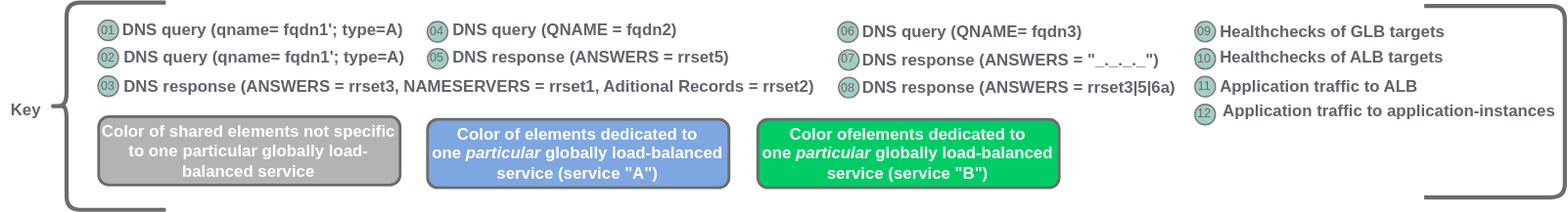
Before: pages/1/1 (dglb)/dglb-functional-key.drawio.svg, a diagram exported from draw.io (menckend/alpha). Source tidied: cells renumbered, new cells last; positions are measured from the earlier drawing's top-left corner, leaving out a move shared by most shapes.
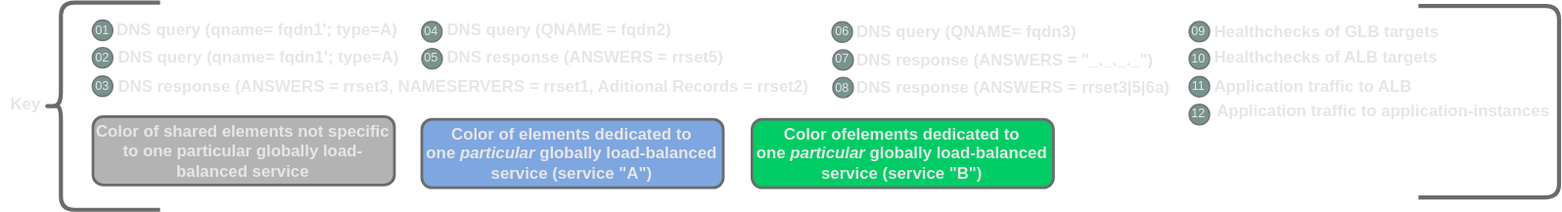
The same file after the commit.

Diff of the diagram source:
```diff
@@ -2,94 +2,94 @@
   <root>
     <mxCell id="0" />
     <mxCell id="1" parent="0" />
-    <mxCell id="2" style="shape=curlyBracket;whiteSpace=wrap;html=1;rounded=1;labelPosition=left;verticalLabelPosition=middle;align=right;verticalAlign=middle;rotation=-180;strokeColor=#6B6B6B;strokeWidth=3;size=0.14159880339039357;direction=west;labelBackgroundColor=none;fontColor=#5F636A;" parent="1" vertex="1">
+    <mxCell id="2" style="shape=curlyBracket;whiteSpace=wrap;html=1;rounded=1;labelPosition=left;verticalLabelPosition=middle;align=right;verticalAlign=middle;rotation=-180;strokeColor=#6B6B6B;strokeWidth=3;size=0.14159880339039357;direction=west;labelBackgroundColor=none;fontColor=#E6E6E6;" parent="1" vertex="1">
       <mxGeometry x="36" y="0.3" width="84.3" height="151.6" as="geometry" />
     </mxCell>
-    <mxCell id="3" value="&lt;b&gt;Key&lt;/b&gt;" style="text;html=1;fillColor=none;align=center;verticalAlign=middle;whiteSpace=wrap;rounded=0;fontSize=12;labelBackgroundColor=none;fontColor=#5F636A;" parent="1" vertex="1">
-      <mxGeometry x="0.3" y="70.1" width="36.7" height="18.4" as="geometry" />
+    <mxCell id="3" value="&lt;b&gt;Key&lt;/b&gt;" style="text;html=1;fillColor=none;align=center;verticalAlign=middle;whiteSpace=wrap;rounded=0;fontSize=12;labelBackgroundColor=none;fontColor=#E6E6E6;" parent="1" vertex="1">
+      <mxGeometry x="4.3" y="66.1" width="36.7" height="18.4" as="geometry" />
     </mxCell>
-    <mxCell id="4" value="01" style="ellipse;whiteSpace=wrap;html=1;fontSize=9;fontColor=#6B6B6B;strokeColor=#6B6B6B;fillColor=#9AC7BF;opacity=90;" parent="1" vertex="1">
+    <mxCell id="4" value="01" style="ellipse;whiteSpace=wrap;html=1;fontSize=9;fontColor=#E6E6E6;strokeColor=#6B6B6B;fillColor=#698782;opacity=90;" parent="1" vertex="1">
       <mxGeometry x="70.9" y="13.2" width="15" height="15" as="geometry" />
     </mxCell>
-    <mxCell id="5" value="&lt;b style=&quot;border-color: var(--border-color);&quot;&gt;DNS query (qname= fqdn1'; type=A)&lt;/b&gt;&lt;b&gt;&lt;br&gt;&lt;/b&gt;" style="text;html=1;fillColor=none;align=left;verticalAlign=middle;whiteSpace=wrap;rounded=0;fontSize=12;labelBackgroundColor=none;fontColor=#5F636A;" parent="1" vertex="1">
+    <mxCell id="5" value="&lt;b style=&quot;border-color: var(--border-color);&quot;&gt;DNS query (qname= fqdn1'; type=A)&lt;/b&gt;&lt;b&gt;&lt;br&gt;&lt;/b&gt;" style="text;html=1;fillColor=none;align=left;verticalAlign=middle;whiteSpace=wrap;rounded=0;fontSize=12;labelBackgroundColor=none;fontColor=#E6E6E6;" parent="1" vertex="1">
       <mxGeometry x="86.9" y="11.8" width="224.1" height="18.4" as="geometry" />
     </mxCell>
-    <mxCell id="6" value="02" style="ellipse;whiteSpace=wrap;html=1;fontSize=9;fontColor=#6B6B6B;strokeColor=#6B6B6B;fillColor=#9AC7BF;opacity=90;" parent="1" vertex="1">
+    <mxCell id="6" value="02" style="ellipse;whiteSpace=wrap;html=1;fontSize=9;fontColor=#E6E6E6;strokeColor=#6B6B6B;fillColor=#698782;opacity=90;" parent="1" vertex="1">
       <mxGeometry x="70.9" y="33.3" width="15" height="15" as="geometry" />
     </mxCell>
-    <mxCell id="7" value="&lt;b style=&quot;border-color: var(--border-color);&quot;&gt;DNS query (qname= fqdn1'; type=A)&lt;/b&gt;&lt;b&gt;&lt;br&gt;&lt;/b&gt;" style="text;html=1;fillColor=none;align=left;verticalAlign=middle;whiteSpace=wrap;rounded=0;fontSize=12;labelBackgroundColor=none;fontColor=#5F636A;" parent="1" vertex="1">
+    <mxCell id="7" value="&lt;b style=&quot;border-color: var(--border-color);&quot;&gt;DNS query (qname= fqdn1'; type=A)&lt;/b&gt;&lt;b&gt;&lt;br&gt;&lt;/b&gt;" style="text;html=1;fillColor=none;align=left;verticalAlign=middle;whiteSpace=wrap;rounded=0;fontSize=12;labelBackgroundColor=none;fontColor=#E6E6E6;" parent="1" vertex="1">
       <mxGeometry x="87.9" y="28.9" width="234.1" height="23.9" as="geometry" />
     </mxCell>
-    <mxCell id="8" value="03" style="ellipse;whiteSpace=wrap;html=1;fontSize=9;fontColor=#6B6B6B;strokeColor=#6B6B6B;fillColor=#9AC7BF;opacity=90;" parent="1" vertex="1">
+    <mxCell id="8" value="03" style="ellipse;whiteSpace=wrap;html=1;fontSize=9;fontColor=#E6E6E6;strokeColor=#6B6B6B;fillColor=#698782;opacity=90;" parent="1" vertex="1">
       <mxGeometry x="70.9" y="54" width="15" height="15" as="geometry" />
     </mxCell>
-    <mxCell id="9" value="&lt;b style=&quot;border-color: var(--border-color);&quot;&gt;DNS response (ANSWERS = rrset3, NAMESERVERS =&amp;nbsp;rrset1, Aditional Records = rrset2)&lt;/b&gt;&lt;b&gt;&lt;br&gt;&lt;/b&gt;" style="text;html=1;fillColor=none;align=left;verticalAlign=middle;whiteSpace=wrap;rounded=0;fontSize=12;labelBackgroundColor=none;fontColor=#5F636A;" parent="1" vertex="1">
+    <mxCell id="9" value="&lt;b style=&quot;border-color: var(--border-color);&quot;&gt;DNS response (ANSWERS = rrset3, NAMESERVERS =&amp;nbsp;rrset1, Aditional Records = rrset2)&lt;/b&gt;&lt;b&gt;&lt;br&gt;&lt;/b&gt;" style="text;html=1;fillColor=none;align=left;verticalAlign=middle;whiteSpace=wrap;rounded=0;fontSize=12;labelBackgroundColor=none;fontColor=#E6E6E6;" parent="1" vertex="1">
       <mxGeometry x="87.9" y="51.6" width="572.1" height="21.4" as="geometry" />
     </mxCell>
-    <mxCell id="10" value="04" style="ellipse;whiteSpace=wrap;html=1;fontSize=9;fontColor=#6B6B6B;strokeColor=#6B6B6B;fillColor=#9AC7BF;opacity=90;" parent="1" vertex="1">
+    <mxCell id="10" value="04" style="ellipse;whiteSpace=wrap;html=1;fontSize=9;fontColor=#E6E6E6;strokeColor=#6B6B6B;fillColor=#698782;opacity=90;" parent="1" vertex="1">
       <mxGeometry x="311.2" y="14.2" width="15" height="15" as="geometry" />
     </mxCell>
-    <mxCell id="11" value="&lt;b style=&quot;border-color: var(--border-color);&quot;&gt;DNS query (QNAME = fqdn2)&lt;/b&gt;&lt;b&gt;&lt;br&gt;&lt;/b&gt;" style="text;html=1;fillColor=none;align=left;verticalAlign=middle;whiteSpace=wrap;rounded=0;fontSize=12;labelBackgroundColor=none;fontColor=#5F636A;" parent="1" vertex="1">
+    <mxCell id="11" value="&lt;b style=&quot;border-color: var(--border-color);&quot;&gt;DNS query (QNAME = fqdn2)&lt;/b&gt;&lt;b&gt;&lt;br&gt;&lt;/b&gt;" style="text;html=1;fillColor=none;align=left;verticalAlign=middle;whiteSpace=wrap;rounded=0;fontSize=12;labelBackgroundColor=none;fontColor=#E6E6E6;" parent="1" vertex="1">
       <mxGeometry x="328.2" y="11.6" width="182.8" height="18.4" as="geometry" />
     </mxCell>
-    <mxCell id="12" value="05" style="ellipse;whiteSpace=wrap;html=1;fontSize=9;fontColor=#6B6B6B;strokeColor=#6B6B6B;fillColor=#9AC7BF;opacity=90;" parent="1" vertex="1">
+    <mxCell id="12" value="05" style="ellipse;whiteSpace=wrap;html=1;fontSize=9;fontColor=#E6E6E6;strokeColor=#6B6B6B;fillColor=#698782;opacity=90;" parent="1" vertex="1">
       <mxGeometry x="311.4" y="33.9" width="15" height="15" as="geometry" />
     </mxCell>
-    <mxCell id="13" value="&lt;b style=&quot;border-color: var(--border-color);&quot;&gt;DNS response (ANSWERS = rrset5)&lt;/b&gt;&lt;b&gt;&lt;br&gt;&lt;/b&gt;" style="text;html=1;fillColor=none;align=left;verticalAlign=middle;whiteSpace=wrap;rounded=0;fontSize=12;labelBackgroundColor=none;fontColor=#5F636A;" parent="1" vertex="1">
+    <mxCell id="13" value="&lt;b style=&quot;border-color: var(--border-color);&quot;&gt;DNS response (ANSWERS = rrset5)&lt;/b&gt;&lt;b&gt;&lt;br&gt;&lt;/b&gt;" style="text;html=1;fillColor=none;align=left;verticalAlign=middle;whiteSpace=wrap;rounded=0;fontSize=12;labelBackgroundColor=none;fontColor=#E6E6E6;" parent="1" vertex="1">
       <mxGeometry x="328.4" y="31.6" width="282" height="18.4" as="geometry" />
     </mxCell>
-    <mxCell id="14" value="09" style="ellipse;whiteSpace=wrap;html=1;fontSize=9;fontColor=#6B6B6B;strokeColor=#6B6B6B;fillColor=#9AC7BF;opacity=90;" parent="1" vertex="1">
+    <mxCell id="14" value="09" style="ellipse;whiteSpace=wrap;html=1;fontSize=9;fontColor=#E6E6E6;strokeColor=#6B6B6B;fillColor=#698782;opacity=90;" parent="1" vertex="1">
       <mxGeometry x="871.3" y="14.1" width="15" height="15" as="geometry" />
     </mxCell>
-    <mxCell id="15" value="&lt;b style=&quot;border-color: var(--border-color);&quot;&gt;Healthchecks of GLB targets&lt;/b&gt;&lt;b&gt;&lt;br&gt;&lt;/b&gt;" style="text;html=1;fillColor=none;align=left;verticalAlign=middle;whiteSpace=wrap;rounded=0;fontSize=12;labelBackgroundColor=none;fontColor=#5F636A;" parent="1" vertex="1">
+    <mxCell id="15" value="&lt;b style=&quot;border-color: var(--border-color);&quot;&gt;Healthchecks of GLB targets&lt;/b&gt;&lt;b&gt;&lt;br&gt;&lt;/b&gt;" style="text;html=1;fillColor=none;align=left;verticalAlign=middle;whiteSpace=wrap;rounded=0;fontSize=12;labelBackgroundColor=none;fontColor=#E6E6E6;" parent="1" vertex="1">
       <mxGeometry x="887.8" y="12.4" width="167.2" height="18.4" as="geometry" />
     </mxCell>
-    <mxCell id="16" value="10" style="ellipse;whiteSpace=wrap;html=1;fontSize=9;fontColor=#6B6B6B;strokeColor=#6B6B6B;fillColor=#9AC7BF;opacity=90;" parent="1" vertex="1">
+    <mxCell id="16" value="10" style="ellipse;whiteSpace=wrap;html=1;fontSize=9;fontColor=#E6E6E6;strokeColor=#6B6B6B;fillColor=#698782;opacity=90;" parent="1" vertex="1">
       <mxGeometry x="871.3" y="34.1" width="15" height="15" as="geometry" />
     </mxCell>
-    <mxCell id="17" value="&lt;b style=&quot;border-color: var(--border-color);&quot;&gt;Healthchecks of ALB targets&lt;/b&gt;&lt;b&gt;&lt;br&gt;&lt;/b&gt;" style="text;html=1;fillColor=none;align=left;verticalAlign=middle;whiteSpace=wrap;rounded=0;fontSize=12;labelBackgroundColor=none;fontColor=#5F636A;" parent="1" vertex="1">
+    <mxCell id="17" value="&lt;b style=&quot;border-color: var(--border-color);&quot;&gt;Healthchecks of ALB targets&lt;/b&gt;&lt;b&gt;&lt;br&gt;&lt;/b&gt;" style="text;html=1;fillColor=none;align=left;verticalAlign=middle;whiteSpace=wrap;rounded=0;fontSize=12;labelBackgroundColor=none;fontColor=#E6E6E6;" parent="1" vertex="1">
       <mxGeometry x="888.3" y="32" width="184.2" height="18.4" as="geometry" />
     </mxCell>
-    <mxCell id="18" value="11" style="ellipse;whiteSpace=wrap;html=1;fontSize=9;fontColor=#6B6B6B;strokeColor=#6B6B6B;fillColor=#9AC7BF;opacity=90;" parent="1" vertex="1">
+    <mxCell id="18" value="11" style="ellipse;whiteSpace=wrap;html=1;fontSize=9;fontColor=#E6E6E6;strokeColor=#6B6B6B;fillColor=#698782;opacity=90;" parent="1" vertex="1">
       <mxGeometry x="871.3" y="54.4" width="15" height="15" as="geometry" />
     </mxCell>
-    <mxCell id="19" value="&lt;b style=&quot;border-color: var(--border-color);&quot;&gt;Application traffic to ALB&lt;/b&gt;&lt;b&gt;&lt;br&gt;&lt;/b&gt;" style="text;html=1;fillColor=none;align=left;verticalAlign=middle;whiteSpace=wrap;rounded=0;fontSize=12;labelBackgroundColor=none;fontColor=#5F636A;" parent="1" vertex="1">
+    <mxCell id="19" value="&lt;b style=&quot;border-color: var(--border-color);&quot;&gt;Application traffic to ALB&lt;/b&gt;&lt;b&gt;&lt;br&gt;&lt;/b&gt;" style="text;html=1;fillColor=none;align=left;verticalAlign=middle;whiteSpace=wrap;rounded=0;fontSize=12;labelBackgroundColor=none;fontColor=#E6E6E6;" parent="1" vertex="1">
       <mxGeometry x="888.3" y="52.4" width="167.2" height="18.4" as="geometry" />
     </mxCell>
-    <mxCell id="20" value="12" style="ellipse;whiteSpace=wrap;html=1;fontSize=9;fontColor=#6B6B6B;strokeColor=#6B6B6B;fillColor=#9AC7BF;opacity=90;" parent="1" vertex="1">
+    <mxCell id="20" value="12" style="ellipse;whiteSpace=wrap;html=1;fontSize=9;fontColor=#E6E6E6;strokeColor=#6B6B6B;fillColor=#698782;opacity=90;" parent="1" vertex="1">
       <mxGeometry x="871.3" y="74.7" width="15" height="15" as="geometry" />
     </mxCell>
-    <mxCell id="21" value="&lt;b style=&quot;border-color: var(--border-color);&quot;&gt;Application traffic to application-instances&lt;/b&gt;&lt;b&gt;&lt;br&gt;&lt;/b&gt;" style="text;html=1;fillColor=none;align=left;verticalAlign=middle;whiteSpace=wrap;rounded=0;fontSize=12;labelBackgroundColor=none;fontColor=#5F636A;" parent="1" vertex="1">
+    <mxCell id="21" value="&lt;b style=&quot;border-color: var(--border-color);&quot;&gt;Application traffic to application-instances&lt;/b&gt;&lt;b&gt;&lt;br&gt;&lt;/b&gt;" style="text;html=1;fillColor=none;align=left;verticalAlign=middle;whiteSpace=wrap;rounded=0;fontSize=12;labelBackgroundColor=none;fontColor=#E6E6E6;" parent="1" vertex="1">
       <mxGeometry x="890.3" y="70.8" width="246.5" height="18.4" as="geometry" />
     </mxCell>
-    <mxCell id="22" style="shape=curlyBracket;whiteSpace=wrap;html=1;rounded=1;labelPosition=left;verticalLabelPosition=middle;align=right;verticalAlign=middle;rotation=-180;strokeColor=#6B6B6B;strokeWidth=3;size=0;direction=east;labelBackgroundColor=#C7C7C7;fontColor=#5F636A;" parent="1" vertex="1">
+    <mxCell id="22" style="shape=curlyBracket;whiteSpace=wrap;html=1;rounded=1;labelPosition=left;verticalLabelPosition=middle;align=right;verticalAlign=middle;rotation=-180;strokeColor=#6B6B6B;strokeWidth=3;size=0;direction=east;labelBackgroundColor=#C7C7C7;fontColor=#E6E6E6;" parent="1" vertex="1">
       <mxGeometry x="1038.7" y="2.8" width="102.6" height="140" as="geometry" />
     </mxCell>
-    <mxCell id="23" value="Color of shared elements not specific &lt;br&gt;to one particular globally load-balanced service" style="rounded=1;whiteSpace=wrap;html=1;strokeColor=#6B6B6B;strokeWidth=2;fontColor=#FFFFFF;align=center;fillColor=#B3B3B3;labelBackgroundColor=none;fontStyle=1;" parent="1" vertex="1">
+    <mxCell id="23" value="Color of shared elements not specific &lt;br&gt;to one particular globally load-balanced service" style="rounded=1;whiteSpace=wrap;html=1;strokeColor=#6B6B6B;strokeWidth=2;fontColor=#E6E6E6;align=center;fillColor=#B3B3B3;labelBackgroundColor=none;fontStyle=1;" parent="1" vertex="1">
       <mxGeometry x="71.4" y="83.8" width="220" height="50" as="geometry" />
     </mxCell>
-    <mxCell id="24" value="Color of elements dedicated to&amp;nbsp;&lt;br&gt;one &lt;i&gt;particular &lt;/i&gt;globally load-balanced service (service &quot;A&quot;)" style="rounded=1;whiteSpace=wrap;html=1;strokeColor=#6B6B6B;strokeWidth=2;fontColor=#FFFFFF;align=center;fillColor=#7EA6E0;labelBackgroundColor=none;fontStyle=1;" parent="1" vertex="1">
+    <mxCell id="24" value="Color of elements dedicated to&amp;nbsp;&lt;br&gt;one &lt;i&gt;particular &lt;/i&gt;globally load-balanced service (service &quot;A&quot;)" style="rounded=1;whiteSpace=wrap;html=1;strokeColor=#6B6B6B;strokeWidth=2;fontColor=#E6E6E6;align=center;fillColor=#7EA6E0;labelBackgroundColor=none;fontStyle=1;" parent="1" vertex="1">
       <mxGeometry x="311.4" y="85.8" width="220" height="50" as="geometry" />
     </mxCell>
-    <mxCell id="25" value="Color ofelements dedicated to&amp;nbsp;&lt;br&gt;one &lt;i&gt;particular &lt;/i&gt;globally load-balanced service (service &quot;B&quot;)" style="rounded=1;whiteSpace=wrap;html=1;strokeColor=#6B6B6B;strokeWidth=2;fontColor=#FFFFFF;align=center;fillColor=#00CC66;labelBackgroundColor=none;fontStyle=1;" parent="1" vertex="1">
+    <mxCell id="25" value="Color ofelements dedicated to&amp;nbsp;&lt;br&gt;one &lt;i&gt;particular &lt;/i&gt;globally load-balanced service (service &quot;B&quot;)" style="rounded=1;whiteSpace=wrap;html=1;strokeColor=#6B6B6B;strokeWidth=2;fontColor=#E6E6E6;align=center;fillColor=#00CC66;labelBackgroundColor=none;fontStyle=1;" parent="1" vertex="1">
       <mxGeometry x="552.4" y="85.8" width="220" height="50" as="geometry" />
     </mxCell>
-    <mxCell id="26" value="06" style="ellipse;whiteSpace=wrap;html=1;fontSize=9;fontColor=#6B6B6B;strokeColor=#6B6B6B;fillColor=#9AC7BF;opacity=90;" parent="1" vertex="1">
+    <mxCell id="26" value="06" style="ellipse;whiteSpace=wrap;html=1;fontSize=9;fontColor=#E6E6E6;strokeColor=#6B6B6B;fillColor=#698782;opacity=90;" parent="1" vertex="1">
       <mxGeometry x="610.7" y="14.4" width="15" height="15" as="geometry" />
     </mxCell>
-    <mxCell id="27" value="&lt;b style=&quot;border-color: var(--border-color);&quot;&gt;DNS query (QNAME= fqdn3)&lt;/b&gt;&lt;b&gt;&lt;br&gt;&lt;/b&gt;" style="text;html=1;fillColor=none;align=left;verticalAlign=middle;whiteSpace=wrap;rounded=0;fontSize=12;labelBackgroundColor=none;fontColor=#5F636A;" parent="1" vertex="1">
+    <mxCell id="27" value="&lt;b style=&quot;border-color: var(--border-color);&quot;&gt;DNS query (QNAME= fqdn3)&lt;/b&gt;&lt;b&gt;&lt;br&gt;&lt;/b&gt;" style="text;html=1;fillColor=none;align=left;verticalAlign=middle;whiteSpace=wrap;rounded=0;fontSize=12;labelBackgroundColor=none;fontColor=#E6E6E6;" parent="1" vertex="1">
       <mxGeometry x="626.9" y="12.4" width="194.1" height="18.4" as="geometry" />
     </mxCell>
-    <mxCell id="28" value="07" style="ellipse;whiteSpace=wrap;html=1;fontSize=9;fontColor=#6B6B6B;strokeColor=#6B6B6B;fillColor=#9AC7BF;opacity=90;" parent="1" vertex="1">
+    <mxCell id="28" value="07" style="ellipse;whiteSpace=wrap;html=1;fontSize=9;fontColor=#E6E6E6;strokeColor=#6B6B6B;fillColor=#698782;opacity=90;" parent="1" vertex="1">
       <mxGeometry x="611.3" y="34.9" width="15" height="15" as="geometry" />
     </mxCell>
-    <mxCell id="29" value="&lt;b style=&quot;border-color: var(--border-color);&quot;&gt;DNS response&amp;nbsp;(ANSWERS = &quot;_._._._&quot;)&lt;/b&gt;&lt;b&gt;&lt;br&gt;&lt;/b&gt;" style="text;html=1;fillColor=none;align=left;verticalAlign=middle;whiteSpace=wrap;rounded=0;fontSize=12;labelBackgroundColor=none;fontColor=#5F636A;" parent="1" vertex="1">
+    <mxCell id="29" value="&lt;b style=&quot;border-color: var(--border-color);&quot;&gt;DNS response&amp;nbsp;(ANSWERS = &quot;_._._._&quot;)&lt;/b&gt;&lt;b&gt;&lt;br&gt;&lt;/b&gt;" style="text;html=1;fillColor=none;align=left;verticalAlign=middle;whiteSpace=wrap;rounded=0;fontSize=12;labelBackgroundColor=none;fontColor=#E6E6E6;" parent="1" vertex="1">
       <mxGeometry x="627.3" y="33.8" width="233.7" height="18.4" as="geometry" />
     </mxCell>
-    <mxCell id="30" value="08" style="ellipse;whiteSpace=wrap;html=1;fontSize=9;fontColor=#6B6B6B;strokeColor=#6B6B6B;fillColor=#9AC7BF;opacity=90;" parent="1" vertex="1">
+    <mxCell id="30" value="08" style="ellipse;whiteSpace=wrap;html=1;fontSize=9;fontColor=#E6E6E6;strokeColor=#6B6B6B;fillColor=#698782;opacity=90;" parent="1" vertex="1">
       <mxGeometry x="611.3" y="55" width="15" height="15" as="geometry" />
     </mxCell>
-    <mxCell id="31" value="&lt;b style=&quot;border-color: var(--border-color);&quot;&gt;DNS response (ANSWERS =&amp;nbsp;&lt;/b&gt;&lt;b style=&quot;border-color: var(--border-color);&quot;&gt;rrset3|5|6a)&lt;/b&gt;&lt;b&gt;&lt;br&gt;&lt;/b&gt;" style="text;html=1;fillColor=none;align=left;verticalAlign=middle;whiteSpace=wrap;rounded=0;fontSize=12;labelBackgroundColor=none;fontColor=#5F636A;" parent="1" vertex="1">
+    <mxCell id="31" value="&lt;b style=&quot;border-color: var(--border-color);&quot;&gt;DNS response (ANSWERS =&amp;nbsp;&lt;/b&gt;&lt;b style=&quot;border-color: var(--border-color);&quot;&gt;rrset3|5|6a)&lt;/b&gt;&lt;b&gt;&lt;br&gt;&lt;/b&gt;" style="text;html=1;fillColor=none;align=left;verticalAlign=middle;whiteSpace=wrap;rounded=0;fontSize=12;labelBackgroundColor=none;fontColor=#E6E6E6;" parent="1" vertex="1">
       <mxGeometry x="627.3" y="53.6" width="243.7" height="18.4" as="geometry" />
     </mxCell>
   </root>
```
